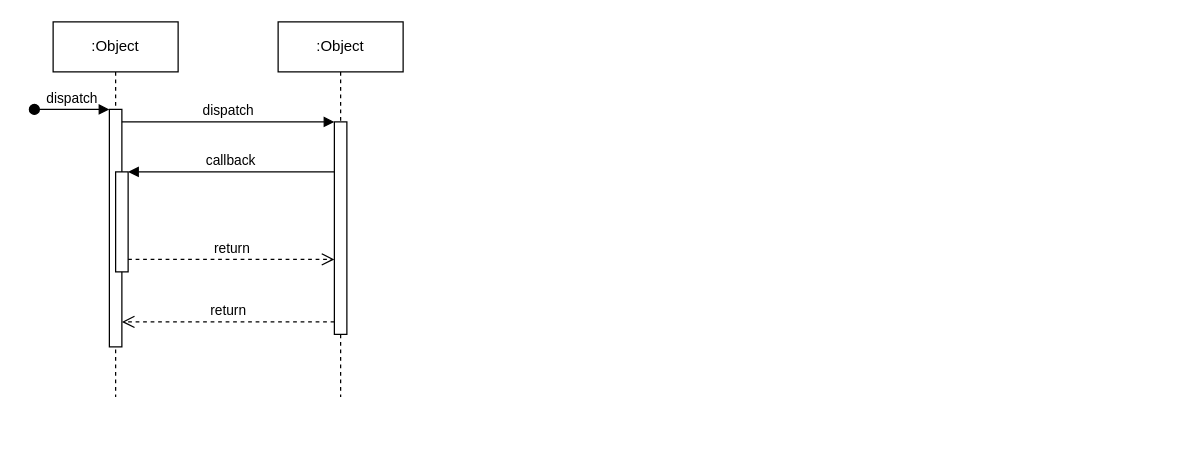
NohKeun/kakao keeps this draw.io diagram as 시퀀스다이어그램.drawio. Above is the earlier version. Source tidied: cells renumbered, new cells numbered last; positions are measured from the earlier drawing's top-left corner, leaving out a move shared by most shapes. Both pictures are drawn from the tidied source at 125%, with x=0, y=0 at pixel (34, 21).
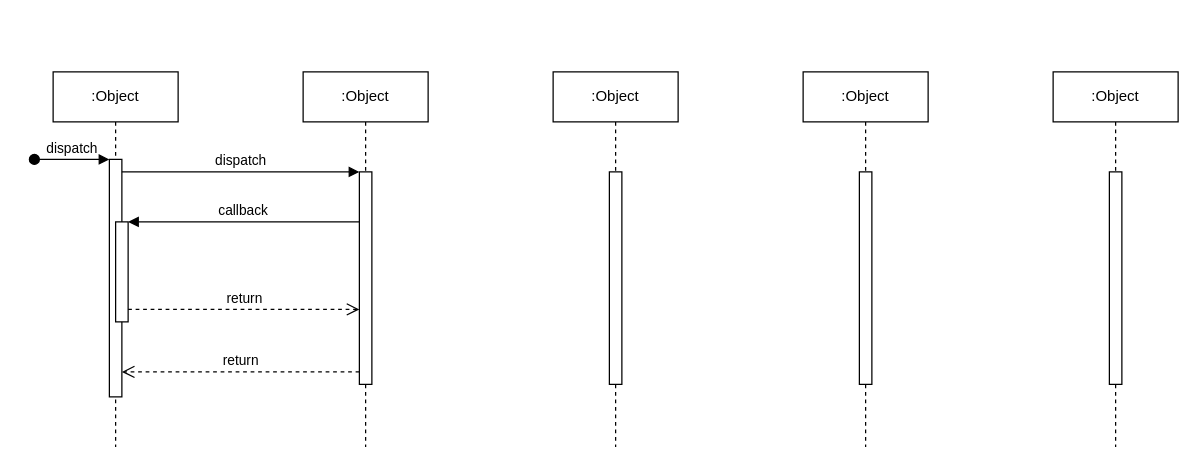
The same page after the edit.

Commit message:
시퀀스다이어그램.drawio 업데이트

Unchanged cells that the change refers to:
```xml
<mxCell id="3" style="html=1;points=[];perimeter=orthogonalPerimeter;outlineConnect=0;targetShapes=umlLifeline;portConstraint=eastwest;newEdgeStyle={&quot;edgeStyle&quot;:&quot;elbowEdgeStyle&quot;,&quot;elbow&quot;:&quot;vertical&quot;,&quot;curved&quot;:0,&quot;rounded&quot;:0};" parent="2" vertex="1">
  <mxGeometry x="45" y="70" width="10" height="190" as="geometry" />
</mxCell>
<mxCell id="5" style="html=1;points=[];perimeter=orthogonalPerimeter;outlineConnect=0;targetShapes=umlLifeline;portConstraint=eastwest;newEdgeStyle={&quot;edgeStyle&quot;:&quot;elbowEdgeStyle&quot;,&quot;elbow&quot;:&quot;vertical&quot;,&quot;curved&quot;:0,&quot;rounded&quot;:0};" parent="2" vertex="1">
  <mxGeometry x="50" y="120" width="10" height="80" as="geometry" />
</mxCell>
<mxCell id="7" style="html=1;points=[];perimeter=orthogonalPerimeter;outlineConnect=0;targetShapes=umlLifeline;portConstraint=eastwest;newEdgeStyle={&quot;edgeStyle&quot;:&quot;elbowEdgeStyle&quot;,&quot;elbow&quot;:&quot;vertical&quot;,&quot;curved&quot;:0,&quot;rounded&quot;:0};" parent="6" vertex="1">
  <mxGeometry x="45" y="80" width="10" height="170" as="geometry" />
</mxCell>
```

Change to the diagram source:
```diff
@@
-<mxGraphModel>
+<mxGraphModel background="#ffffff">
@@
     <mxCell id="2" value=":Object" style="shape=umlLifeline;perimeter=lifelinePerimeter;whiteSpace=wrap;html=1;newEdgeStyle={&quot;edgeStyle&quot;:&quot;elbowEdgeStyle&quot;,&quot;elbow&quot;:&quot;vertical&quot;,&quot;curved&quot;:0,&quot;rounded&quot;:0};" parent="1" vertex="1">
-      <mxGeometry x="15" width="100" height="300" as="geometry" />
+      <mxGeometry x="15" y="40" width="100" height="300" as="geometry" />
     </mxCell>
@@
     <mxCell id="6" value=":Object" style="shape=umlLifeline;perimeter=lifelinePerimeter;whiteSpace=wrap;html=1;newEdgeStyle={&quot;edgeStyle&quot;:&quot;elbowEdgeStyle&quot;,&quot;elbow&quot;:&quot;vertical&quot;,&quot;curved&quot;:0,&quot;rounded&quot;:0};" parent="1" vertex="1">
-      <mxGeometry x="195" width="100" height="300" as="geometry" />
+      <mxGeometry x="215" y="40" width="100" height="300" as="geometry" />
     </mxCell>
@@
     <mxCell id="8" value="dispatch" style="html=1;verticalAlign=bottom;endArrow=block;edgeStyle=elbowEdgeStyle;elbow=vertical;curved=0;rounded=0;" parent="1" edge="1" source="3" target="7">
       <mxGeometry relative="1" as="geometry">
         <Array as="points">
-          <mxPoint x="155" y="80" />
+          <mxPoint x="195" y="120" />
         </Array>
       </mxGeometry>
     </mxCell>
     <mxCell id="9" value="return" style="html=1;verticalAlign=bottom;endArrow=open;dashed=1;endSize=8;edgeStyle=elbowEdgeStyle;elbow=vertical;curved=0;rounded=0;" parent="1" edge="1" source="7" target="3">
       <mxGeometry relative="1" as="geometry">
         <Array as="points">
-          <mxPoint x="165" y="240" />
+          <mxPoint x="205" y="280" />
         </Array>
       </mxGeometry>
     </mxCell>
     <mxCell id="10" value="callback" style="html=1;verticalAlign=bottom;endArrow=block;edgeStyle=elbowEdgeStyle;elbow=vertical;curved=0;rounded=0;" parent="1" edge="1" source="7" target="5">
       <mxGeometry relative="1" as="geometry">
         <Array as="points">
-          <mxPoint x="165" y="120" />
+          <mxPoint x="205" y="160" />
         </Array>
       </mxGeometry>
     </mxCell>
     <mxCell id="11" value="return" style="html=1;verticalAlign=bottom;endArrow=open;dashed=1;endSize=8;edgeStyle=elbowEdgeStyle;elbow=vertical;curved=0;rounded=0;" parent="1" edge="1" source="5" target="7">
       <mxGeometry relative="1" as="geometry">
         <Array as="points">
-          <mxPoint x="155" y="190" />
+          <mxPoint x="195" y="230" />
         </Array>
       </mxGeometry>
     </mxCell>
+    <mxCell id="12" value=":Object" style="shape=umlLifeline;perimeter=lifelinePerimeter;whiteSpace=wrap;html=1;newEdgeStyle={&quot;edgeStyle&quot;:&quot;elbowEdgeStyle&quot;,&quot;elbow&quot;:&quot;vertical&quot;,&quot;curved&quot;:0,&quot;rounded&quot;:0};" parent="1" vertex="1">
+      <mxGeometry x="415" y="40" width="100" height="300" as="geometry" />
+    </mxCell>
+    <mxCell id="13" style="html=1;perimeter=orthogonalPerimeter;targetShapes=umlLifeline;newEdgeStyle={&quot;edgeStyle&quot;:&quot;elbowEdgeStyle&quot;,&quot;elbow&quot;:&quot;vertical&quot;,&quot;curved&quot;:0,&quot;rounded&quot;:0};" parent="12" vertex="1">
+      <mxGeometry x="45" y="80" width="10" height="170" as="geometry" />
+    </mxCell>
+    <mxCell id="14" value=":Object" style="shape=umlLifeline;perimeter=lifelinePerimeter;whiteSpace=wrap;html=1;newEdgeStyle={&quot;edgeStyle&quot;:&quot;elbowEdgeStyle&quot;,&quot;elbow&quot;:&quot;vertical&quot;,&quot;curved&quot;:0,&quot;rounded&quot;:0};" parent="1" vertex="1">
+      <mxGeometry x="615" y="40" width="100" height="300" as="geometry" />
+    </mxCell>
+    <mxCell id="15" style="html=1;perimeter=orthogonalPerimeter;targetShapes=umlLifeline;newEdgeStyle={&quot;edgeStyle&quot;:&quot;elbowEdgeStyle&quot;,&quot;elbow&quot;:&quot;vertical&quot;,&quot;curved&quot;:0,&quot;rounded&quot;:0};" parent="14" vertex="1">
+      <mxGeometry x="45" y="80" width="10" height="170" as="geometry" />
+    </mxCell>
+    <mxCell id="16" value=":Object" style="shape=umlLifeline;perimeter=lifelinePerimeter;whiteSpace=wrap;html=1;newEdgeStyle={&quot;edgeStyle&quot;:&quot;elbowEdgeStyle&quot;,&quot;elbow&quot;:&quot;vertical&quot;,&quot;curved&quot;:0,&quot;rounded&quot;:0};" parent="1" vertex="1">
+      <mxGeometry x="815" y="40" width="100" height="300" as="geometry" />
+    </mxCell>
+    <mxCell id="17" style="html=1;perimeter=orthogonalPerimeter;targetShapes=umlLifeline;newEdgeStyle={&quot;edgeStyle&quot;:&quot;elbowEdgeStyle&quot;,&quot;elbow&quot;:&quot;vertical&quot;,&quot;curved&quot;:0,&quot;rounded&quot;:0};" parent="16" vertex="1">
+      <mxGeometry x="45" y="80" width="10" height="170" as="geometry" />
+    </mxCell>
```
